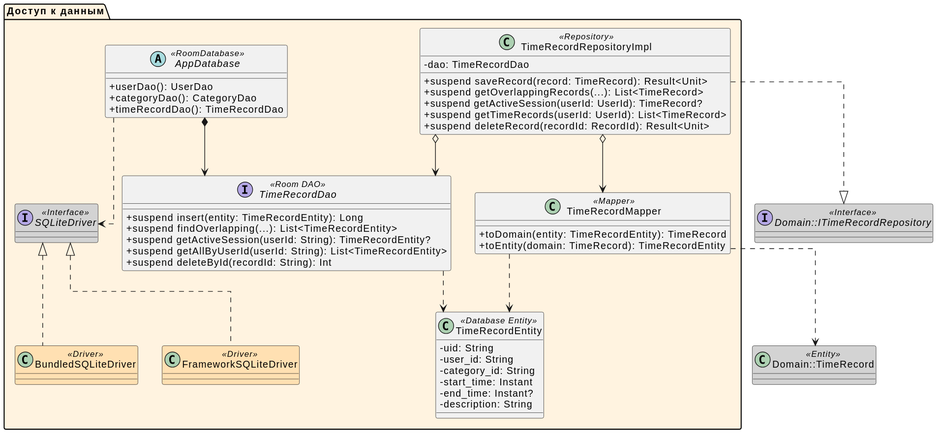
This is docs/L4_data.svg from da-fuu/IU7_7sem_Web, a PlantUML export, as it was before one commit. The source it was exported from:
```plantuml
@startuml
skinparam classAttributeIconSize 0
skinparam linetype ortho

interface "Domain::ITimeRecordRepository" as ITimeRecordRepository <<Interface>> #LightGray
class "Domain::TimeRecord" as TimeRecord <<Entity>> #LightGray

package "Доступ к данным" #FFF3E0 {
    class TimeRecordEntity <<Database Entity>> {
        - uid: String
        - user_id: String
        - category_id: String
        - start_time: Instant
        - end_time: Instant?
        - description: String
    }

    interface TimeRecordDao <<Room DAO>> {
        + suspend insert(entity: TimeRecordEntity): Long
        + suspend findOverlapping(...): List<TimeRecordEntity>
        + suspend getActiveSession(userId: String): TimeRecordEntity?
        + suspend getAllByUserId(userId: String): List<TimeRecordEntity>
        + suspend deleteById(recordId: String): Int
    }

    abstract class AppDatabase <<RoomDatabase>> {
        + userDao(): UserDao
        + categoryDao(): CategoryDao
        + timeRecordDao(): TimeRecordDao
    }

    class TimeRecordMapper <<Mapper>> {
        + toDomain(entity: TimeRecordEntity): TimeRecord
        + toEntity(domain: TimeRecord): TimeRecordEntity
    }

    class TimeRecordRepositoryImpl <<Repository>> {
        - dao: TimeRecordDao
        + suspend saveRecord(record: TimeRecord): Result<Unit>
        + suspend getOverlappingRecords(...): List<TimeRecord>
        + suspend getActiveSession(userId: UserId): TimeRecord?
        + suspend getTimeRecords(userId: UserId): List<TimeRecord>
        + suspend deleteRecord(recordId: RecordId): Result<Unit>
    }

    interface SQLiteDriver <<Interface>> #LightGray

    class BundledSQLiteDriver <<Driver>> #FFE0B2
    class FrameworkSQLiteDriver <<Driver>> #FFE0B2

    TimeRecordRepositoryImpl ..|> ITimeRecordRepository
    TimeRecordRepositoryImpl o--> TimeRecordDao
    TimeRecordRepositoryImpl o--> TimeRecordMapper
    AppDatabase *--> TimeRecordDao

    TimeRecordDao ..> TimeRecordEntity
    TimeRecordMapper ..> TimeRecordEntity
    TimeRecordMapper ..> TimeRecord

    AppDatabase ..> SQLiteDriver
    SQLiteDriver <|.. BundledSQLiteDriver
    SQLiteDriver <|.. FrameworkSQLiteDriver
}
@enduml
```
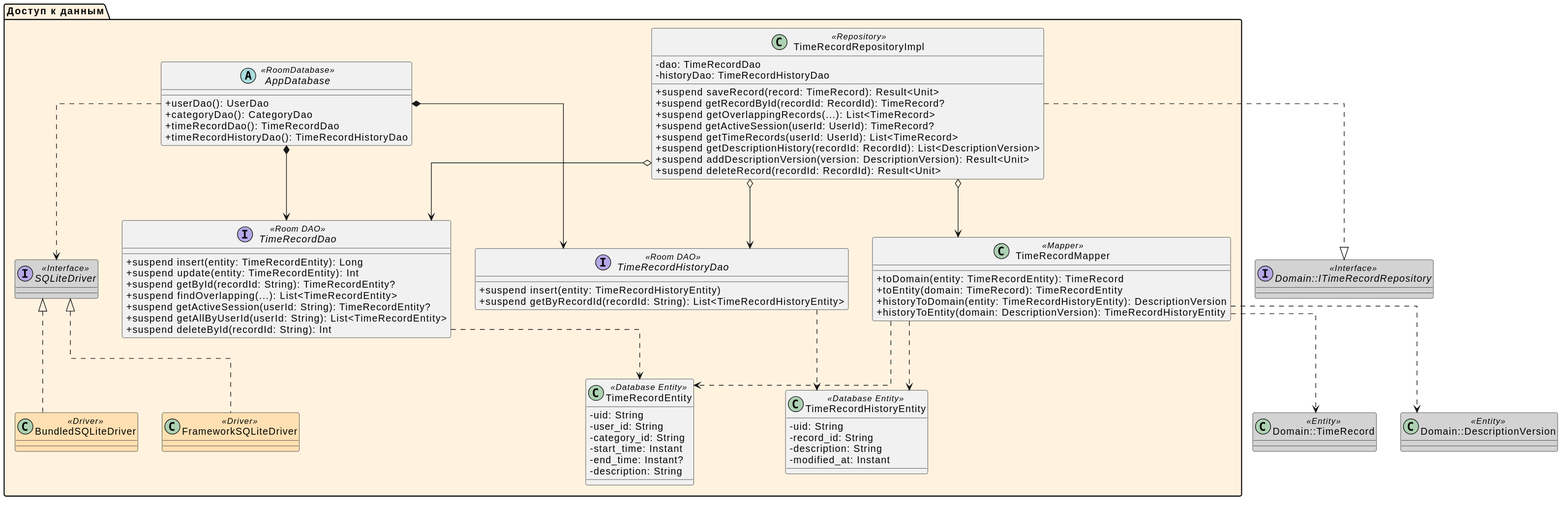
After the commit.

What changed in the source:
```diff
@@ -4,6 +4,7 @@
 
 interface "Domain::ITimeRecordRepository" as ITimeRecordRepository <<Interface>> #LightGray
 class "Domain::TimeRecord" as TimeRecord <<Entity>> #LightGray
+class "Domain::DescriptionVersion" as DescriptionVersion <<Entity>> #LightGray
 
 package "Доступ к данным" #FFF3E0 {
     class TimeRecordEntity <<Database Entity>> {
@@ -15,31 +16,52 @@
         - description: String
     }
 
+    class TimeRecordHistoryEntity <<Database Entity>> {
+        - uid: String
+        - record_id: String
+        - description: String
+        - modified_at: Instant
+    }
+
     interface TimeRecordDao <<Room DAO>> {
         + suspend insert(entity: TimeRecordEntity): Long
+        + suspend update(entity: TimeRecordEntity): Int
+        + suspend getById(recordId: String): TimeRecordEntity?
         + suspend findOverlapping(...): List<TimeRecordEntity>
         + suspend getActiveSession(userId: String): TimeRecordEntity?
         + suspend getAllByUserId(userId: String): List<TimeRecordEntity>
         + suspend deleteById(recordId: String): Int
     }
 
+    interface TimeRecordHistoryDao <<Room DAO>> {
+        + suspend insert(entity: TimeRecordHistoryEntity)
+        + suspend getByRecordId(recordId: String): List<TimeRecordHistoryEntity>
+    }
+
     abstract class AppDatabase <<RoomDatabase>> {
         + userDao(): UserDao
         + categoryDao(): CategoryDao
         + timeRecordDao(): TimeRecordDao
+        + timeRecordHistoryDao(): TimeRecordHistoryDao
     }
 
     class TimeRecordMapper <<Mapper>> {
         + toDomain(entity: TimeRecordEntity): TimeRecord
         + toEntity(domain: TimeRecord): TimeRecordEntity
+        + historyToDomain(entity: TimeRecordHistoryEntity): DescriptionVersion
+        + historyToEntity(domain: DescriptionVersion): TimeRecordHistoryEntity
     }
 
     class TimeRecordRepositoryImpl <<Repository>> {
         - dao: TimeRecordDao
+        - historyDao: TimeRecordHistoryDao
         + suspend saveRecord(record: TimeRecord): Result<Unit>
+        + suspend getRecordById(recordId: RecordId): TimeRecord?
         + suspend getOverlappingRecords(...): List<TimeRecord>
         + suspend getActiveSession(userId: UserId): TimeRecord?
         + suspend getTimeRecords(userId: UserId): List<TimeRecord>
+        + suspend getDescriptionHistory(recordId: RecordId): List<DescriptionVersion>
+        + suspend addDescriptionVersion(version: DescriptionVersion): Result<Unit>
         + suspend deleteRecord(recordId: RecordId): Result<Unit>
     }
 
@@ -50,12 +72,17 @@
 
     TimeRecordRepositoryImpl ..|> ITimeRecordRepository
     TimeRecordRepositoryImpl o--> TimeRecordDao
+    TimeRecordRepositoryImpl o--> TimeRecordHistoryDao
     TimeRecordRepositoryImpl o--> TimeRecordMapper
     AppDatabase *--> TimeRecordDao
+    AppDatabase *--> TimeRecordHistoryDao
 
     TimeRecordDao ..> TimeRecordEntity
+    TimeRecordHistoryDao ..> TimeRecordHistoryEntity
     TimeRecordMapper ..> TimeRecordEntity
+    TimeRecordMapper ..> TimeRecordHistoryEntity
     TimeRecordMapper ..> TimeRecord
+    TimeRecordMapper ..> DescriptionVersion
 
     AppDatabase ..> SQLiteDriver
     SQLiteDriver <|.. BundledSQLiteDriver
```
